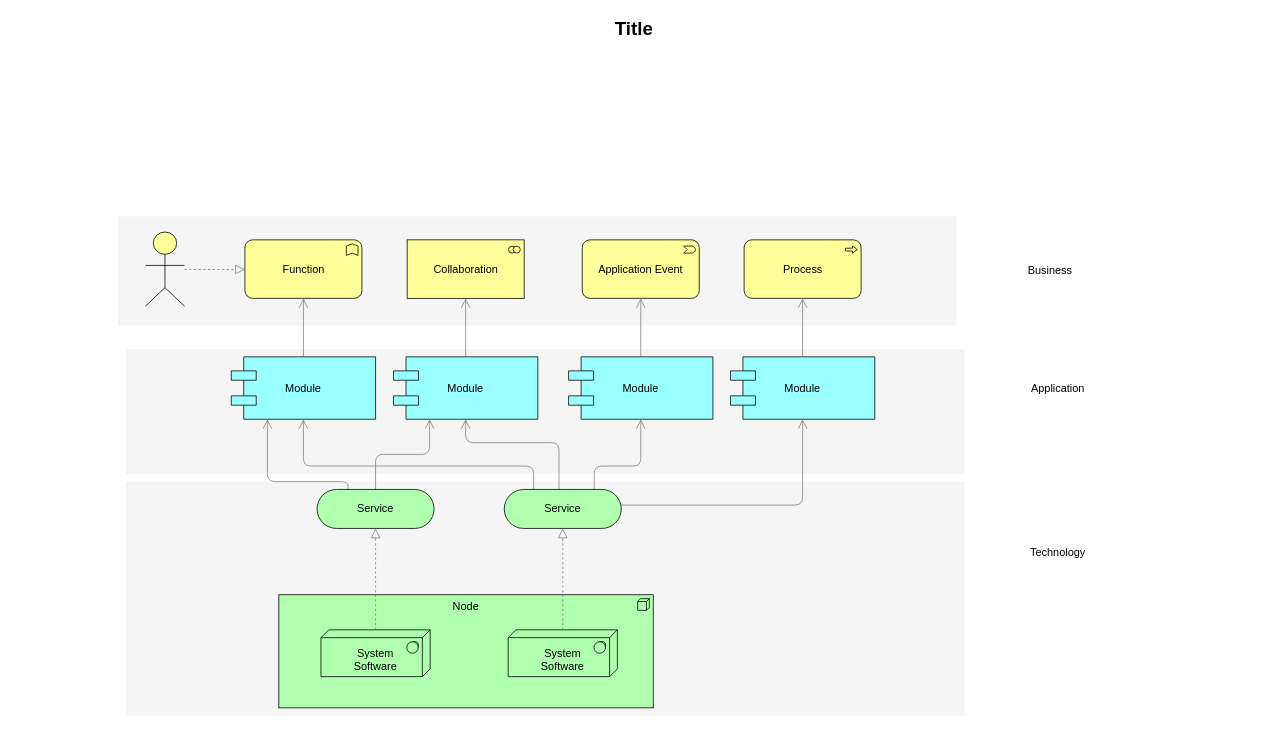
This is app.diagrams.net/Untitled Diagram.drawio from startarhwa/hello-world, a draw.io file, before an edit. Source tidied: cells renumbered, new cells numbered last; positions are measured from the earlier drawing's top-left corner, leaving out a move shared by most shapes. Both pictures are drawn from the tidied source at 78%, with x=0, y=0 at pixel (13, 13).
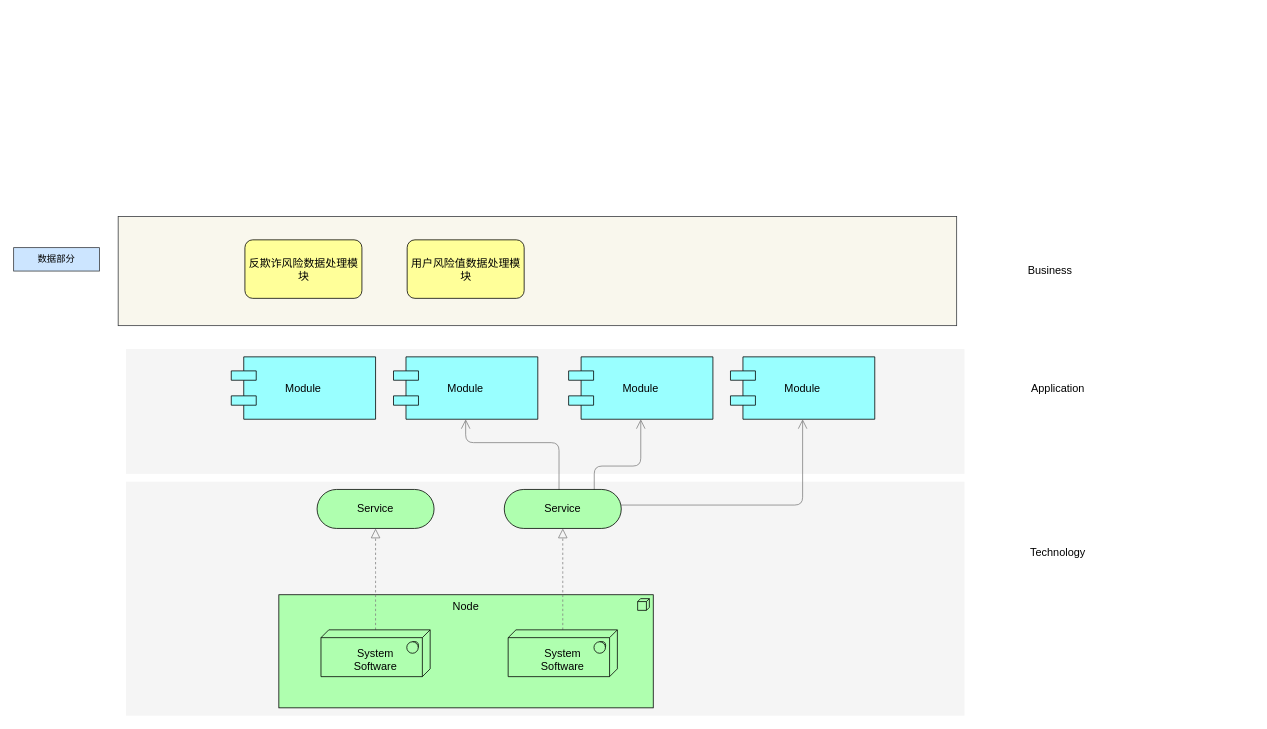
The same diagram, later.

The change refers to these unchanged cells:
```xml
<mxCell id="12" value="Service" style="html=1;whiteSpace=wrap;fillColor=#AFFFAF;shape=mxgraph.archimate3.service;fontSize=14;" parent="1" vertex="1">
  <mxGeometry x="389" y="610" width="150" height="50" as="geometry" />
</mxCell>
<mxCell id="17" value="Service" style="html=1;whiteSpace=wrap;fillColor=#AFFFAF;shape=mxgraph.archimate3.service;fontSize=14;" parent="1" vertex="1">
  <mxGeometry x="629" y="610" width="150" height="50" as="geometry" />
</mxCell>
<mxCell id="19" value="Module" style="shape=component;align=center;fillColor=#99ffff;gradientColor=none;fontSize=14;" parent="1" vertex="1">
  <mxGeometry x="279" y="440" width="185" height="80" as="geometry" />
</mxCell>
<mxCell id="21" value="Module" style="shape=component;align=center;fillColor=#99ffff;gradientColor=none;fontSize=14;" parent="1" vertex="1">
  <mxGeometry x="487" y="440" width="185" height="80" as="geometry" />
</mxCell>
<mxCell id="23" value="Module" style="shape=component;align=center;fillColor=#99ffff;gradientColor=none;fontSize=14;" parent="1" vertex="1">
  <mxGeometry x="711.5" y="440" width="185" height="80" as="geometry" />
</mxCell>
<mxCell id="25" value="Module" style="shape=component;align=center;fillColor=#99ffff;gradientColor=none;fontSize=14;" parent="1" vertex="1">
  <mxGeometry x="919" y="440" width="185" height="80" as="geometry" />
</mxCell>
```

The edit, as a diff of the source:
```diff
@@
-    <mxCell id="4" style="whiteSpace=wrap;html=1;strokeColor=none;strokeWidth=1;fillColor=#f5f5f5;fontSize=14;" parent="1" vertex="1">
+    <mxCell id="4" style="whiteSpace=wrap;html=1;strokeWidth=1;fontSize=14;fillColor=#f9f7ed;strokeColor=#36393d;" parent="1" vertex="1">
       <mxGeometry x="134" y="260" width="1075" height="140" as="geometry" />
     </mxCell>
@@
-    <mxCell id="10" style="edgeStyle=elbowEdgeStyle;rounded=1;elbow=vertical;html=1;startSize=10;endArrow=open;endFill=0;endSize=10;jettySize=auto;strokeColor=#808080;fontSize=14;entryX=0.25;entryY=1;" parent="1" edge="1" source="12" target="21">
-      <mxGeometry relative="1" as="geometry" />
-    </mxCell>
-    <mxCell id="11" style="edgeStyle=elbowEdgeStyle;rounded=1;elbow=vertical;html=1;startSize=10;endArrow=open;endFill=0;endSize=10;jettySize=auto;strokeColor=#808080;fontSize=14;entryX=0.25;entryY=1;exitX=0.265;exitY=0.007;exitPerimeter=0;" parent="1" edge="1" source="12" target="19">
-      <mxGeometry relative="1" as="geometry">
-        <Array as="points">
-          <mxPoint x="372" y="600" />
-        </Array>
-      </mxGeometry>
-    </mxCell>
@@
-    <mxCell id="16" style="edgeStyle=elbowEdgeStyle;rounded=1;elbow=vertical;html=1;startSize=10;endArrow=open;endFill=0;endSize=10;jettySize=auto;strokeColor=#808080;fontSize=14;exitX=0.251;exitY=0.002;exitPerimeter=0;" parent="1" edge="1" source="17" target="19">
-      <mxGeometry relative="1" as="geometry">
-        <Array as="points">
-          <mxPoint x="539" y="580" />
-        </Array>
-      </mxGeometry>
-    </mxCell>
@@
-    <mxCell id="18" style="edgeStyle=elbowEdgeStyle;rounded=1;elbow=vertical;html=1;startSize=10;endArrow=open;endFill=0;endSize=10;jettySize=auto;strokeColor=#808080;fontSize=14;" parent="1" edge="1" source="19" target="26">
-      <mxGeometry relative="1" as="geometry" />
-    </mxCell>
@@
-    <mxCell id="20" style="edgeStyle=elbowEdgeStyle;rounded=1;elbow=vertical;html=1;startSize=10;endArrow=open;endFill=0;endSize=10;jettySize=auto;strokeColor=#808080;fontSize=14;" parent="1" edge="1" source="21" target="27">
-      <mxGeometry relative="1" as="geometry" />
-    </mxCell>
@@
-    <mxCell id="22" style="edgeStyle=elbowEdgeStyle;rounded=1;elbow=vertical;html=1;startSize=10;endArrow=open;endFill=0;endSize=10;jettySize=auto;strokeColor=#808080;fontSize=14;" parent="1" edge="1" source="23" target="28">
-      <mxGeometry relative="1" as="geometry" />
-    </mxCell>
@@
-    <mxCell id="24" style="edgeStyle=elbowEdgeStyle;rounded=1;elbow=vertical;html=1;startSize=10;endArrow=open;endFill=0;endSize=10;jettySize=auto;strokeColor=#808080;fontSize=14;" parent="1" edge="1" source="25" target="29">
-      <mxGeometry relative="1" as="geometry" />
-    </mxCell>
@@
-    <mxCell id="26" value="Function" style="html=1;whiteSpace=wrap;fillColor=#ffff99;shape=mxgraph.archimate3.application;appType=func;archiType=rounded;fontSize=14;" parent="1" vertex="1">
+    <mxCell id="26" value="反欺诈风险数据处理模块" style="html=1;whiteSpace=wrap;fillColor=#ffff99;shape=mxgraph.archimate3.application;appType=;archiType=rounded;fontSize=14;" parent="1" vertex="1">
       <mxGeometry x="296.5" y="290" width="150" height="75" as="geometry" />
     </mxCell>
-    <mxCell id="27" value="Collaboration" style="html=1;whiteSpace=wrap;fillColor=#ffff99;shape=mxgraph.archimate3.application;appType=collab;archiType=square;fontSize=14;" parent="1" vertex="1">
+    <mxCell id="27" value="用户风险值数据处理模块" style="html=1;whiteSpace=wrap;fillColor=#ffff99;shape=mxgraph.archimate3.application;appType=;archiType=rounded;fontSize=14;" parent="1" vertex="1">
       <mxGeometry x="504.5" y="290" width="150" height="75" as="geometry" />
     </mxCell>
-    <mxCell id="28" value="Application Event" style="html=1;whiteSpace=wrap;fillColor=#ffff99;shape=mxgraph.archimate3.application;appType=event;archiType=rounded;fontSize=14;" parent="1" vertex="1">
-      <mxGeometry x="729" y="290" width="150" height="75" as="geometry" />
-    </mxCell>
-    <mxCell id="29" value="Process" style="html=1;whiteSpace=wrap;fillColor=#ffff99;shape=mxgraph.archimate3.application;appType=proc;archiType=rounded;fontSize=14;" parent="1" vertex="1">
-      <mxGeometry x="936.5" y="290" width="150" height="75" as="geometry" />
-    </mxCell>
@@
-    <mxCell id="33" style="edgeStyle=elbowEdgeStyle;rounded=1;elbow=vertical;html=1;dashed=1;startSize=10;endArrow=block;endFill=0;endSize=10;jettySize=auto;strokeColor=#808080;fontSize=14;" parent="1" edge="1" source="34" target="26">
-      <mxGeometry relative="1" as="geometry" />
-    </mxCell>
-    <mxCell id="34" style="html=1;whiteSpace=wrap;fillColor=#ffff99;shape=mxgraph.archimate3.actor;fontSize=14;" parent="1" vertex="1">
-      <mxGeometry x="169" y="280" width="50" height="95" as="geometry" />
-    </mxCell>
-    <mxCell id="35" value="Title" style="text;strokeColor=none;fillColor=none;html=1;fontSize=24;fontStyle=1;verticalAlign=middle;align=center;" parent="1" vertex="1">
-      <mxGeometry width="1590" height="40" as="geometry" />
-    </mxCell>
+    <mxCell id="36" value="数据部分" style="text;html=1;strokeColor=#36393d;fillColor=#cce5ff;align=center;verticalAlign=middle;whiteSpace=wrap;rounded=0;" parent="1" vertex="1">
+      <mxGeometry y="300" width="110" height="30" as="geometry" />
+    </mxCell>
```
